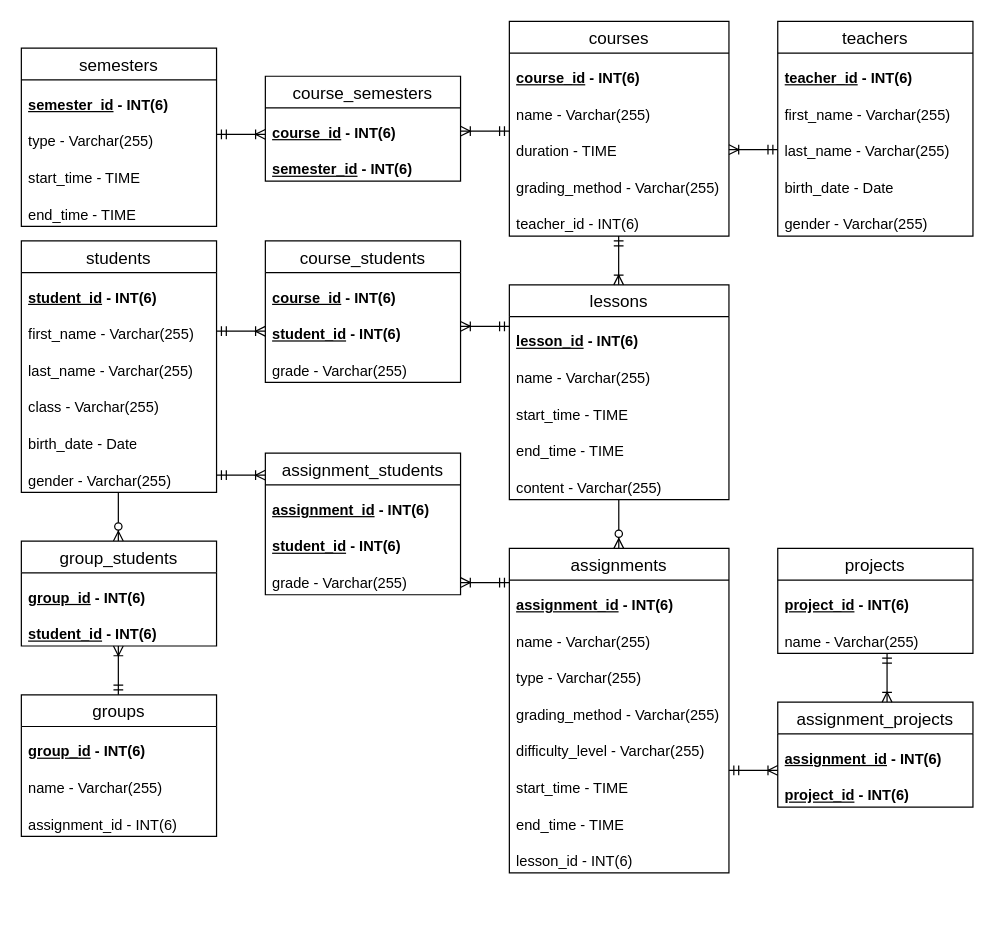
Earlier version of the draw.io diagram 未命名绘图.drawio (Nyan-Young/JavaBase). Source tidied: cells renumbered, new cells numbered last; positions are measured from the earlier drawing's top-left corner, leaving out a move shared by most shapes. Both pictures are drawn from the tidied source at 122%, with x=0, y=0 at pixel (21, 21).
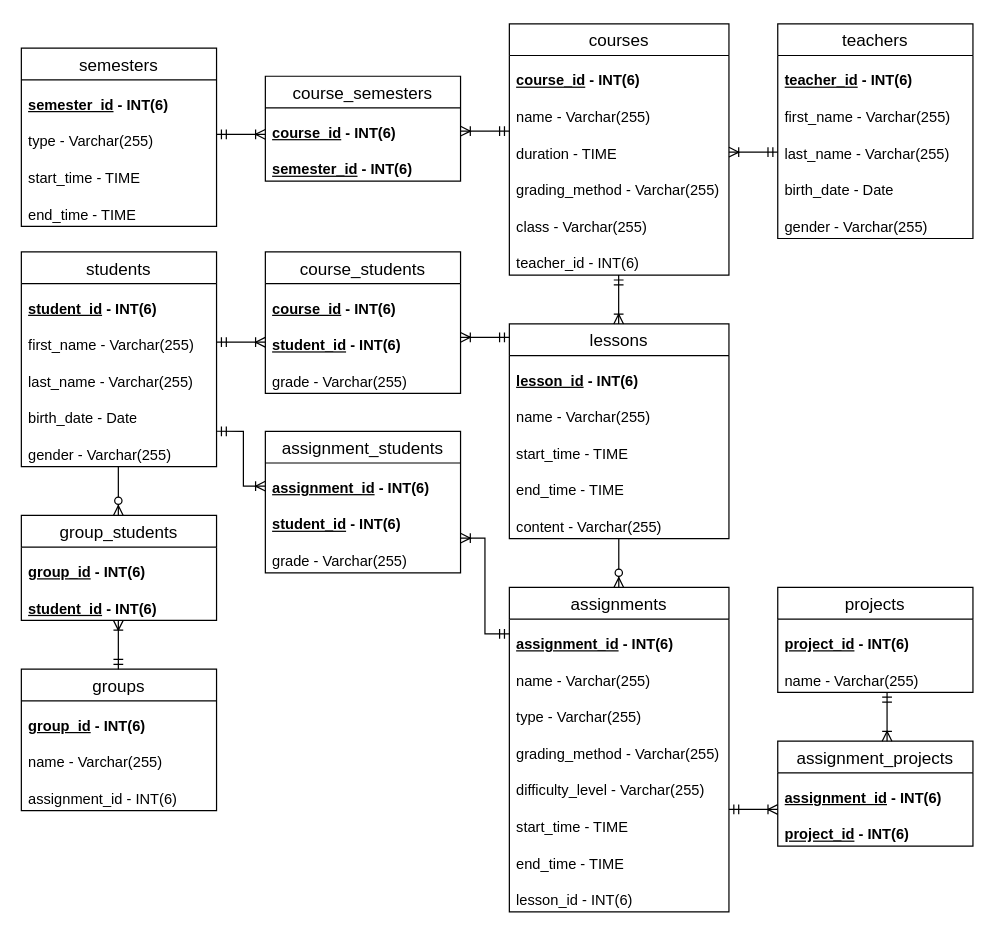
The same page after the edit.

Commit message (it also covers changes not shown here):
更新未命名绘图.drawio

Change to the diagram source:
```diff
@@
     <mxCell id="2" value="courses" style="swimlane;fontStyle=0;horizontal=1;startSize=26;align=center;fontSize=14;verticalAlign=middle;" parent="1" vertex="1">
-      <mxGeometry x="400" width="180" height="176" as="geometry" />
+      <mxGeometry x="400" y="2" width="180" height="206" as="geometry" />
     </mxCell>
@@
+    <mxCell id="56" value="class - Varchar(255)" style="text;strokeColor=none;fillColor=none;spacingLeft=4;spacingRight=4;overflow=hidden;fontSize=12;whiteSpace=wrap;html=1;verticalAlign=bottom;" parent="2" vertex="1">
+      <mxGeometry y="146" width="180" height="30" as="geometry" />
+    </mxCell>
     <mxCell id="7" value="&lt;span style=&quot;background-color: initial;&quot;&gt;teacher_id - INT(6)&lt;/span&gt;" style="text;strokeColor=none;fillColor=none;spacingLeft=4;spacingRight=4;overflow=hidden;fontSize=12;whiteSpace=wrap;html=1;verticalAlign=bottom;" parent="2" vertex="1">
-      <mxGeometry y="146" width="180" height="30" as="geometry" />
+      <mxGeometry y="176" width="180" height="30" as="geometry" />
     </mxCell>
     <mxCell id="8" value="lessons" style="swimlane;fontStyle=0;horizontal=1;startSize=26;align=center;fontSize=14;verticalAlign=middle;" parent="1" vertex="1">
-      <mxGeometry x="400" y="216" width="180" height="176" as="geometry" />
+      <mxGeometry x="400" y="248" width="180" height="176" as="geometry" />
     </mxCell>
@@
     <mxCell id="14" value="assignments" style="swimlane;fontStyle=0;horizontal=1;startSize=26;align=center;fontSize=14;verticalAlign=middle;" parent="1" vertex="1">
-      <mxGeometry x="400" y="432" width="180" height="266" as="geometry" />
+      <mxGeometry x="400" y="464" width="180" height="266" as="geometry" />
     </mxCell>
@@
     <mxCell id="23" value="groups" style="swimlane;fontStyle=0;horizontal=1;startSize=26;align=center;fontSize=14;verticalAlign=middle;" parent="1" vertex="1">
-      <mxGeometry y="552" width="160" height="116" as="geometry" />
+      <mxGeometry y="531" width="160" height="116" as="geometry" />
     </mxCell>
@@
     <mxCell id="27" value="group_students" style="swimlane;fontStyle=0;horizontal=1;startSize=26;align=center;fontSize=14;verticalAlign=middle;" parent="1" vertex="1">
-      <mxGeometry y="426" width="160" height="86" as="geometry" />
+      <mxGeometry y="405" width="160" height="86" as="geometry" />
     </mxCell>
@@
     <mxCell id="30" value="projects" style="swimlane;fontStyle=0;horizontal=1;startSize=26;align=center;fontSize=14;verticalAlign=middle;" parent="1" vertex="1">
-      <mxGeometry x="620" y="432" width="160" height="86" as="geometry" />
+      <mxGeometry x="620" y="464" width="160" height="86" as="geometry" />
     </mxCell>
@@
     <mxCell id="33" value="course_students" style="swimlane;fontStyle=0;horizontal=1;startSize=26;align=center;fontSize=14;verticalAlign=middle;" parent="1" vertex="1">
-      <mxGeometry x="200" y="180" width="160" height="116" as="geometry" />
+      <mxGeometry x="200" y="189" width="160" height="116" as="geometry" />
     </mxCell>
@@
     <mxCell id="37" value="assignment_students" style="swimlane;fontStyle=0;horizontal=1;startSize=26;align=center;fontSize=14;verticalAlign=middle;" parent="1" vertex="1">
-      <mxGeometry x="200" y="354" width="160" height="116" as="geometry" />
+      <mxGeometry x="200" y="336" width="160" height="116" as="geometry" />
     </mxCell>
@@
     <mxCell id="41" value="assignment_projects" style="swimlane;fontStyle=0;horizontal=1;startSize=26;align=center;fontSize=14;verticalAlign=middle;" parent="1" vertex="1">
-      <mxGeometry x="620" y="558" width="160" height="86" as="geometry" />
+      <mxGeometry x="620" y="590" width="160" height="86" as="geometry" />
     </mxCell>
@@
     <mxCell id="52" value="students" style="swimlane;fontStyle=0;horizontal=1;startSize=26;align=center;fontSize=14;verticalAlign=middle;" parent="1" vertex="1">
-      <mxGeometry y="180" width="160" height="206" as="geometry" />
+      <mxGeometry y="189" width="160" height="176" as="geometry" />
     </mxCell>
@@
-    <mxCell id="56" value="class - Varchar(255)" style="text;strokeColor=none;fillColor=none;spacingLeft=4;spacingRight=4;overflow=hidden;fontSize=12;whiteSpace=wrap;html=1;verticalAlign=bottom;" parent="52" vertex="1">
-      <mxGeometry y="116" width="160" height="30" as="geometry" />
-    </mxCell>
     <mxCell id="57" value="birth_date - Date" style="text;strokeColor=none;fillColor=none;spacingLeft=4;spacingRight=4;overflow=hidden;fontSize=12;whiteSpace=wrap;html=1;verticalAlign=bottom;" parent="52" vertex="1">
-      <mxGeometry y="146" width="160" height="30" as="geometry" />
+      <mxGeometry y="116" width="160" height="30" as="geometry" />
     </mxCell>
     <mxCell id="58" value="gender - Varchar(255)" style="text;strokeColor=none;fillColor=none;spacingLeft=4;spacingRight=4;overflow=hidden;points=[[0,0.5],[1,0.5]];portConstraint=eastwest;fontSize=12;whiteSpace=wrap;html=1;verticalAlign=bottom;" parent="52" vertex="1">
-      <mxGeometry y="176" width="160" height="30" as="geometry" />
+      <mxGeometry y="146" width="160" height="30" as="geometry" />
     </mxCell>
     <mxCell id="59" value="teachers" style="swimlane;fontStyle=0;horizontal=1;startSize=26;align=center;fontSize=14;verticalAlign=middle;" parent="1" vertex="1">
-      <mxGeometry x="620" width="160" height="176" as="geometry" />
+      <mxGeometry x="620" y="2" width="160" height="176" as="geometry" />
     </mxCell>
@@
     <mxCell id="65" style="fontSize=12;html=1;endArrow=ERoneToMany;startArrow=ERmandOne;rounded=0;exitX=0.5;exitY=0;exitDx=0;exitDy=0;entryX=0.5;entryY=1;entryDx=0;entryDy=0;entryPerimeter=0;" parent="1" edge="1">
       <mxGeometry relative="1" as="geometry">
-        <mxPoint x="620" y="105.2" as="sourcePoint" />
-        <mxPoint x="580" y="105.2" as="targetPoint" />
+        <mxPoint x="620" y="107.2" as="sourcePoint" />
+        <mxPoint x="580" y="107.2" as="targetPoint" />
       </mxGeometry>
     </mxCell>
@@
     <mxCell id="68" style="fontSize=12;html=1;endArrow=ERoneToMany;startArrow=ERmandOne;rounded=0;exitX=0.5;exitY=0;exitDx=0;exitDy=0;entryX=0.5;entryY=1;entryDx=0;entryDy=0;entryPerimeter=0;" parent="1" edge="1">
       <mxGeometry relative="1" as="geometry">
-        <mxPoint x="489.6" y="176" as="sourcePoint" />
-        <mxPoint x="489.6" y="216" as="targetPoint" />
+        <mxPoint x="489.6" y="208" as="sourcePoint" />
+        <mxPoint x="489.6" y="248" as="targetPoint" />
       </mxGeometry>
     </mxCell>
     <mxCell id="69" style="fontSize=12;html=1;endArrow=ERoneToMany;startArrow=ERmandOne;rounded=0;exitX=0.5;exitY=0;exitDx=0;exitDy=0;entryX=0.5;entryY=1;entryDx=0;entryDy=0;entryPerimeter=0;" parent="1" edge="1">
       <mxGeometry relative="1" as="geometry">
-        <mxPoint x="709.6" y="518" as="sourcePoint" />
-        <mxPoint x="709.6" y="558" as="targetPoint" />
+        <mxPoint x="709.6" y="550" as="sourcePoint" />
+        <mxPoint x="709.6" y="590" as="targetPoint" />
       </mxGeometry>
     </mxCell>
     <mxCell id="70" style="fontSize=12;html=1;endArrow=ERzeroToMany;endFill=1;rounded=0;" parent="1" edge="1">
       <mxGeometry relative="1" as="geometry">
-        <mxPoint x="489.7" y="392" as="sourcePoint" />
-        <mxPoint x="489.7" y="432" as="targetPoint" />
+        <mxPoint x="489.7" y="424" as="sourcePoint" />
+        <mxPoint x="489.7" y="464" as="targetPoint" />
       </mxGeometry>
     </mxCell>
     <mxCell id="71" style="fontSize=12;html=1;endArrow=ERoneToMany;startArrow=ERmandOne;rounded=0;exitX=0.5;exitY=0;exitDx=0;exitDy=0;entryX=0.5;entryY=1;entryDx=0;entryDy=0;entryPerimeter=0;" parent="1" edge="1">
       <mxGeometry relative="1" as="geometry">
-        <mxPoint x="580" y="614" as="sourcePoint" />
-        <mxPoint x="620" y="614" as="targetPoint" />
+        <mxPoint x="580" y="646" as="sourcePoint" />
+        <mxPoint x="620" y="646" as="targetPoint" />
       </mxGeometry>
     </mxCell>
     <mxCell id="72" style="fontSize=12;html=1;endArrow=ERoneToMany;startArrow=ERmandOne;rounded=0;exitX=0.5;exitY=0;exitDx=0;exitDy=0;entryX=0.5;entryY=1;entryDx=0;entryDy=0;entryPerimeter=0;" parent="1" edge="1">
       <mxGeometry relative="1" as="geometry">
-        <mxPoint x="400" y="250" as="sourcePoint" />
-        <mxPoint x="360" y="250" as="targetPoint" />
+        <mxPoint x="400" y="259" as="sourcePoint" />
+        <mxPoint x="360" y="259" as="targetPoint" />
       </mxGeometry>
     </mxCell>
     <mxCell id="73" style="fontSize=12;html=1;endArrow=ERoneToMany;startArrow=ERmandOne;rounded=0;exitX=0.5;exitY=0;exitDx=0;exitDy=0;entryX=0.5;entryY=1;entryDx=0;entryDy=0;entryPerimeter=0;" parent="1" edge="1">
       <mxGeometry relative="1" as="geometry">
-        <mxPoint x="160" y="254" as="sourcePoint" />
-        <mxPoint x="200" y="254" as="targetPoint" />
+        <mxPoint x="160" y="263" as="sourcePoint" />
+        <mxPoint x="200" y="263" as="targetPoint" />
       </mxGeometry>
     </mxCell>
     <mxCell id="74" style="fontSize=12;html=1;endArrow=ERzeroToMany;endFill=1;rounded=0;" parent="1" edge="1">
       <mxGeometry relative="1" as="geometry">
-        <mxPoint x="79.5" y="386" as="sourcePoint" />
-        <mxPoint x="79.5" y="426" as="targetPoint" />
+        <mxPoint x="79.5" y="365" as="sourcePoint" />
+        <mxPoint x="79.5" y="405" as="targetPoint" />
       </mxGeometry>
     </mxCell>
-    <mxCell id="75" style="fontSize=12;html=1;endArrow=ERoneToMany;startArrow=ERmandOne;rounded=0;exitX=0.5;exitY=0;exitDx=0;exitDy=0;entryX=0.5;entryY=1;entryDx=0;entryDy=0;entryPerimeter=0;" parent="1" edge="1">
+    <mxCell id="75" style="fontSize=12;html=1;endArrow=ERoneToMany;startArrow=ERmandOne;rounded=0;exitX=0.5;exitY=0;exitDx=0;exitDy=0;entryX=1;entryY=-0.046;entryDx=0;entryDy=0;entryPerimeter=0;edgeStyle=orthogonalEdgeStyle;" parent="1" edge="1">
       <mxGeometry relative="1" as="geometry">
-        <mxPoint x="400" y="460" as="sourcePoint" />
-        <mxPoint x="360" y="460" as="targetPoint" />
+        <mxPoint x="400" y="502" as="sourcePoint" />
+        <mxPoint x="360" y="423.6" as="targetPoint" />
+        <Array as="points">
+          <mxPoint x="380" y="502" />
+          <mxPoint x="380" y="424" />
+        </Array>
       </mxGeometry>
     </mxCell>
-    <mxCell id="76" style="fontSize=12;html=1;endArrow=ERoneToMany;startArrow=ERmandOne;rounded=0;exitX=0.5;exitY=0;exitDx=0;exitDy=0;entryX=0.5;entryY=1;entryDx=0;entryDy=0;entryPerimeter=0;" parent="1" edge="1">
+    <mxCell id="76" style="fontSize=12;html=1;endArrow=ERoneToMany;startArrow=ERmandOne;rounded=0;edgeStyle=orthogonalEdgeStyle;exitX=1;exitY=0.033;exitDx=0;exitDy=0;exitPerimeter=0;" parent="1" edge="1" source="58" target="37">
       <mxGeometry relative="1" as="geometry">
-        <mxPoint x="160" y="372" as="sourcePoint" />
-        <mxPoint x="200" y="372" as="targetPoint" />
+        <Array as="points">
+          <mxPoint x="182" y="336" />
+          <mxPoint x="182" y="381" />
+        </Array>
       </mxGeometry>
     </mxCell>
     <mxCell id="77" style="fontSize=12;html=1;endArrow=ERoneToMany;startArrow=ERmandOne;rounded=0;exitX=0.5;exitY=0;exitDx=0;exitDy=0;entryX=0.5;entryY=1;entryDx=0;entryDy=0;entryPerimeter=0;" parent="1" edge="1">
       <mxGeometry relative="1" as="geometry">
-        <mxPoint x="79.5" y="552" as="sourcePoint" />
-        <mxPoint x="79.5" y="512" as="targetPoint" />
+        <mxPoint x="79.5" y="531" as="sourcePoint" />
+        <mxPoint x="79.5" y="491" as="targetPoint" />
       </mxGeometry>
     </mxCell>
```
